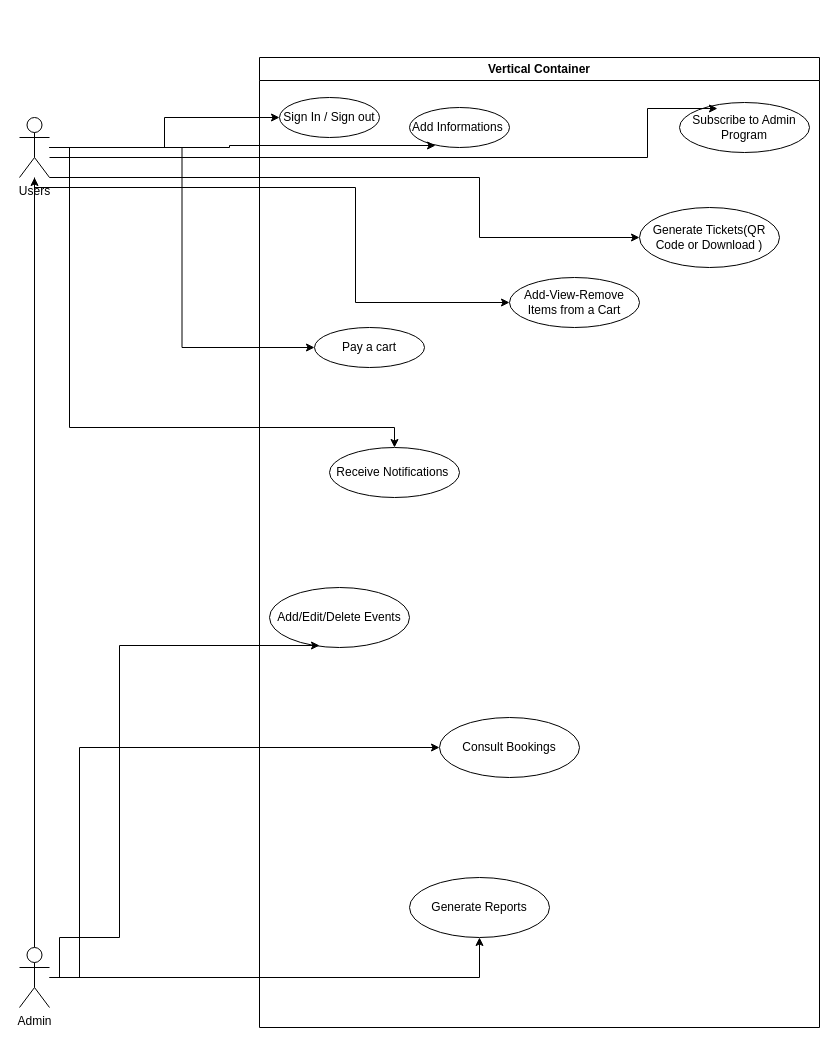
MiltonJ23/Hyperion keeps this draw.io diagram as docs/diagrams/Hyperion-UseCaseDiagram.drawio. Above is the earlier version. Source tidied: cells renumbered, new cells numbered last; positions are measured from the earlier drawing's top-left corner, leaving out a move shared by most shapes. Both pictures are drawn from the tidied source at 100%, with x=0, y=0 at pixel (19, 57).
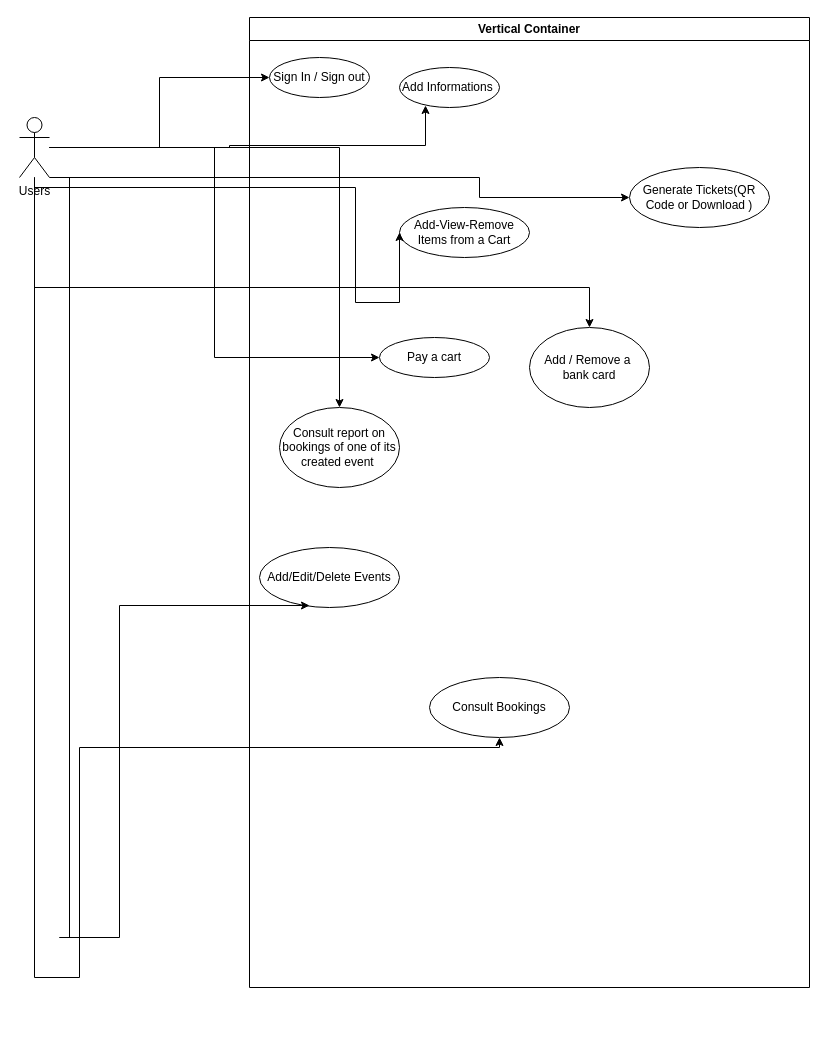
Above is the later version.

Unchanged cells that the change refers to:
```xml
<mxCell id="10" value="Add/Edit/Delete Events" style="ellipse;whiteSpace=wrap;html=1;" parent="2" vertex="1">
  <mxGeometry x="10" y="530" width="140" height="60" as="geometry" />
</mxCell>
<mxCell id="11" value="Consult Bookings" style="ellipse;whiteSpace=wrap;html=1;" parent="2" vertex="1">
  <mxGeometry x="180" y="660" width="140" height="60" as="geometry" />
</mxCell>
<mxCell id="17" value="Users&lt;div&gt;&lt;br&gt;&lt;/div&gt;" style="shape=umlActor;verticalLabelPosition=bottom;verticalAlign=top;html=1;outlineConnect=0;" parent="1" vertex="1">
  <mxGeometry y="60" width="30" height="60" as="geometry" />
</mxCell>
```

Diff of the diagram source:
```diff
@@
     <mxCell id="2" value="Vertical Container" style="swimlane;whiteSpace=wrap;html=1;" parent="1" vertex="1">
-      <mxGeometry x="240" width="560" height="970" as="geometry" />
+      <mxGeometry x="230" y="-40" width="560" height="970" as="geometry" />
     </mxCell>
@@
-    <mxCell id="5" value="Subscribe to Admin Program" style="ellipse;whiteSpace=wrap;html=1;" parent="2" vertex="1">
-      <mxGeometry x="420" y="45" width="130" height="50" as="geometry" />
-    </mxCell>
     <mxCell id="6" value="Add-View-Remove Items from a Cart" style="ellipse;whiteSpace=wrap;html=1;" parent="2" vertex="1">
-      <mxGeometry x="250" y="220" width="130" height="50" as="geometry" />
+      <mxGeometry x="150" y="190" width="130" height="50" as="geometry" />
     </mxCell>
     <mxCell id="7" value="Pay a cart" style="ellipse;whiteSpace=wrap;html=1;" parent="2" vertex="1">
-      <mxGeometry x="55" y="270" width="110" height="40" as="geometry" />
+      <mxGeometry x="130" y="320" width="110" height="40" as="geometry" />
     </mxCell>
@@
-    <mxCell id="9" value="Receive Notifications&amp;nbsp;" style="ellipse;whiteSpace=wrap;html=1;" parent="2" vertex="1">
-      <mxGeometry x="70" y="390" width="130" height="50" as="geometry" />
-    </mxCell>
@@
-    <mxCell id="12" value="Generate Reports" style="ellipse;whiteSpace=wrap;html=1;" parent="2" vertex="1">
-      <mxGeometry x="150" y="820" width="140" height="60" as="geometry" />
-    </mxCell>
+    <mxCell id="26" value="Add / Remove a&amp;nbsp;&lt;br&gt;bank card" style="ellipse;whiteSpace=wrap;html=1;" parent="2" vertex="1">
+      <mxGeometry x="280" y="310" width="120" height="80" as="geometry" />
+    </mxCell>
+    <mxCell id="27" value="Consult report on bookings of one of its created event&amp;nbsp;" style="ellipse;whiteSpace=wrap;html=1;" parent="2" vertex="1">
+      <mxGeometry x="30" y="390" width="120" height="80" as="geometry" />
+    </mxCell>
@@
-    <mxCell id="16" style="edgeStyle=orthogonalEdgeStyle;rounded=0;jettySize=auto;html=1;" parent="1" edge="1" source="17" target="9">
-      <mxGeometry relative="1" as="geometry">
-        <Array as="points">
-          <mxPoint x="50" y="90" />
-          <mxPoint x="50" y="370" />
-          <mxPoint x="375" y="370" />
-        </Array>
-      </mxGeometry>
-    </mxCell>
+    <mxCell id="28" style="edgeStyle=orthogonalEdgeStyle;rounded=0;jettySize=auto;html=1;" parent="1" edge="1" source="17" target="27">
+      <mxGeometry relative="1" as="geometry" />
+    </mxCell>
+    <mxCell id="29" style="edgeStyle=orthogonalEdgeStyle;rounded=0;jettySize=auto;html=1;" parent="1" edge="1" source="17" target="26">
+      <mxGeometry relative="1" as="geometry">
+        <Array as="points">
+          <mxPoint x="15" y="230" />
+          <mxPoint x="570" y="230" />
+        </Array>
+      </mxGeometry>
+    </mxCell>
@@
-    <mxCell id="18" style="edgeStyle=orthogonalEdgeStyle;rounded=0;jettySize=auto;html=1;" parent="1" edge="1" source="21" target="17">
-      <mxGeometry relative="1" as="geometry" />
-    </mxCell>
-    <mxCell id="19" style="edgeStyle=orthogonalEdgeStyle;rounded=0;jettySize=auto;html=1;" parent="1" edge="1" source="21" target="11">
+    <mxCell id="19" style="edgeStyle=orthogonalEdgeStyle;rounded=0;jettySize=auto;html=1;" parent="1" edge="1" source="17" target="11">
       <mxGeometry relative="1" as="geometry">
         <Array as="points">
+          <mxPoint x="15" y="920" />
           <mxPoint x="60" y="920" />
           <mxPoint x="60" y="690" />
         </Array>
       </mxGeometry>
     </mxCell>
-    <mxCell id="20" style="edgeStyle=orthogonalEdgeStyle;rounded=0;jettySize=auto;html=1;" parent="1" edge="1" source="21" target="12">
-      <mxGeometry relative="1" as="geometry" />
-    </mxCell>
-    <mxCell id="21" value="Admin" style="shape=umlActor;verticalLabelPosition=bottom;verticalAlign=top;html=1;outlineConnect=0;" parent="1" vertex="1">
-      <mxGeometry y="890" width="30" height="60" as="geometry" />
-    </mxCell>
@@
-    <mxCell id="23" style="edgeStyle=orthogonalEdgeStyle;rounded=0;jettySize=auto;html=1;entryX=0.292;entryY=0.12;entryDx=0;entryDy=0;entryPerimeter=0;" parent="1" edge="1" source="17" target="5">
-      <mxGeometry relative="1" as="geometry">
-        <Array as="points">
-          <mxPoint x="628" y="100" />
-        </Array>
-      </mxGeometry>
-    </mxCell>
@@
     <mxCell id="25" style="edgeStyle=orthogonalEdgeStyle;rounded=0;jettySize=auto;html=1;entryX=0.357;entryY=0.967;entryDx=0;entryDy=0;entryPerimeter=0;" parent="1" edge="1" target="10">
       <mxGeometry relative="1" as="geometry">
-        <mxPoint x="40" y="920" as="sourcePoint" />
+        <mxPoint x="50" y="120" as="sourcePoint" />
         <Array as="points">
           <mxPoint x="40" y="880" />
           <mxPoint x="100" y="880" />
           <mxPoint x="100" y="588" />
         </Array>
       </mxGeometry>
     </mxCell>
```
